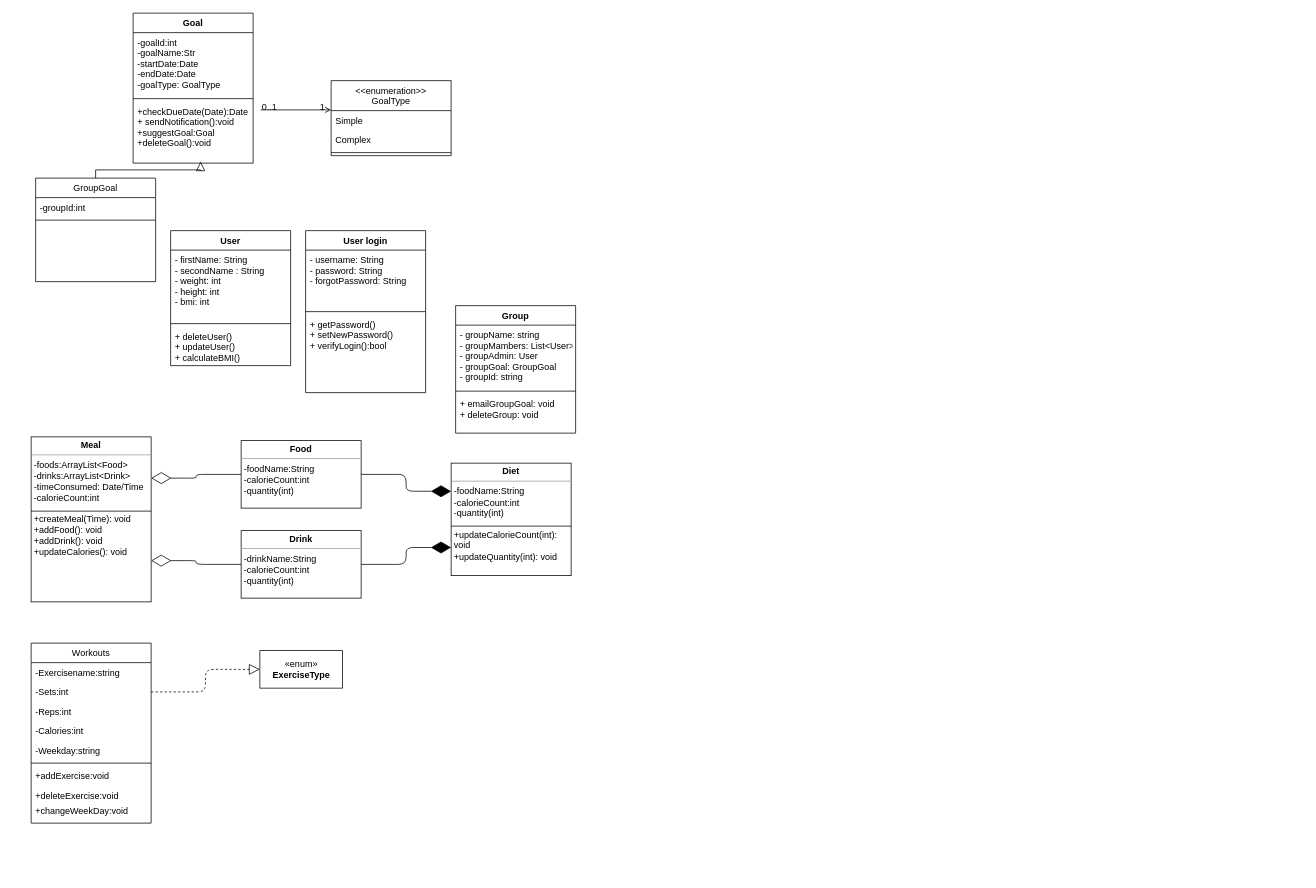
Earlier version of the draw.io diagram Untitled Diagram.drawio (UEAHealthTracker/HealthTracker). Source tidied: cells renumbered, new cells numbered last; positions are measured from the earlier drawing's top-left corner, leaving out a move shared by most shapes. Both pictures are drawn from the tidied source at 75%, with x=0, y=0 at pixel (31, 13).
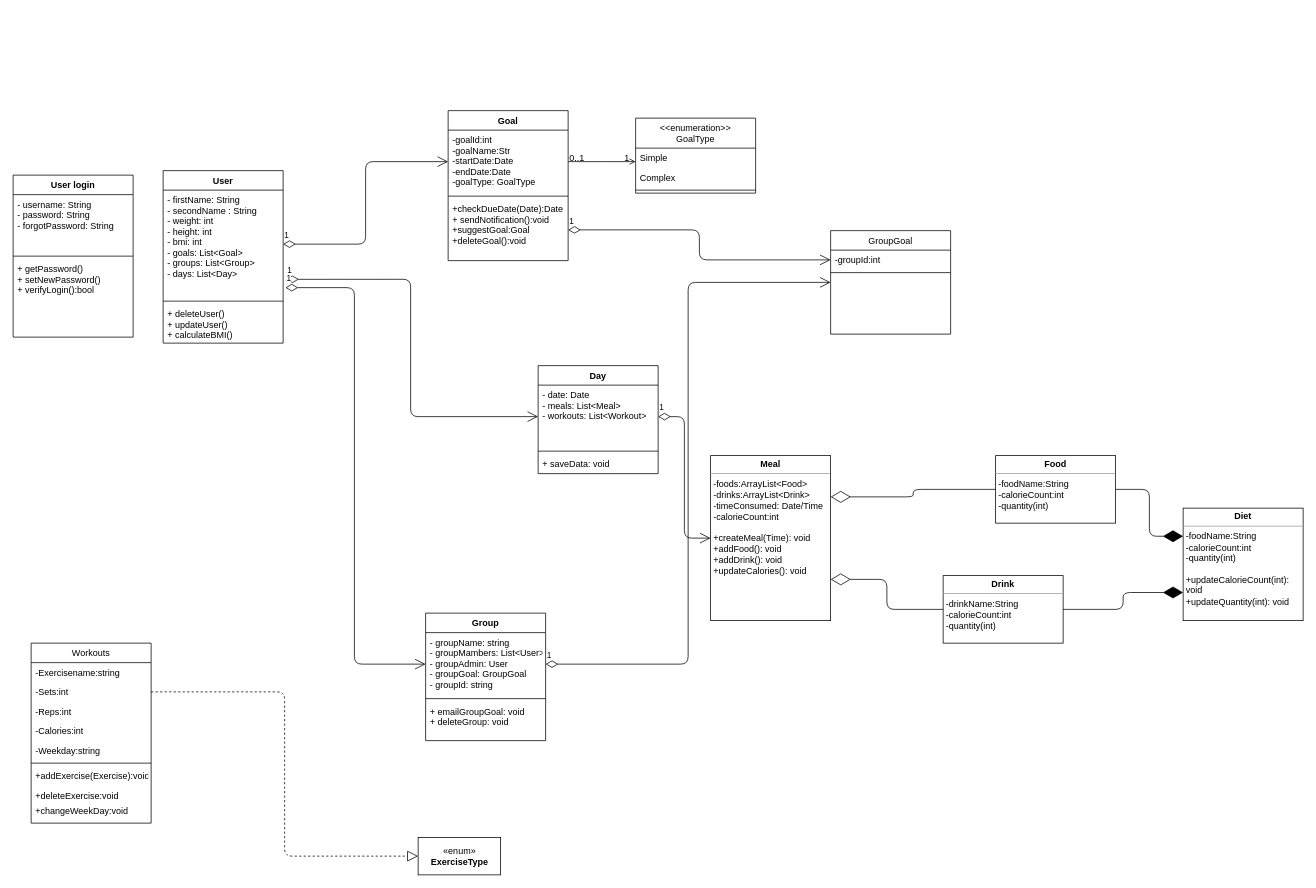
The same diagram, later.

Commit message:
Re-Arrange Diagram

The change refers to these unchanged cells:
```xml
<mxCell id="3" value="-groupId:int" style="text;align=left;verticalAlign=top;spacingLeft=4;spacingRight=4;overflow=hidden;points=[[0,0.5],[1,0.5]];portConstraint=eastwest;" parent="2" vertex="1">
  <mxGeometry y="26" width="160" height="26" as="geometry" />
</mxCell>
<mxCell id="19" value="- groupName: string&#10;- groupMambers: List&lt;User&gt;&#10;- groupAdmin: User&#10;- groupGoal: GroupGoal&#10;- groupId: string" style="text;strokeColor=none;fillColor=none;align=left;verticalAlign=top;spacingLeft=4;spacingRight=4;overflow=hidden;points=[[0,0.5],[1,0.5]];portConstraint=eastwest;" parent="18" vertex="1">
  <mxGeometry y="26" width="160" height="84" as="geometry" />
</mxCell>
<mxCell id="23" value="-goalId:int&#10;-goalName:Str&#10;-startDate:Date&#10;-endDate:Date&#10;-goalType: GoalType" style="text;strokeColor=none;fillColor=none;align=left;verticalAlign=top;spacingLeft=4;spacingRight=4;overflow=hidden;points=[[0,0.5],[1,0.5]];portConstraint=eastwest;" parent="22" vertex="1">
  <mxGeometry y="26" width="160" height="84" as="geometry" />
</mxCell>
<mxCell id="25" value="+checkDueDate(Date):Date&#10;+ sendNotification():void&#10;+suggestGoal:Goal&#10;+deleteGoal():void" style="text;strokeColor=none;fillColor=none;align=left;verticalAlign=top;spacingLeft=4;spacingRight=4;overflow=hidden;points=[[0,0.5],[1,0.5]];portConstraint=eastwest;" parent="22" vertex="1">
  <mxGeometry y="118" width="160" height="82" as="geometry" />
</mxCell>
<mxCell id="26" value="Workouts" style="swimlane;fontStyle=0;align=center;verticalAlign=top;horizontal=1;startSize=26;rounded=0;shadow=0;strokeWidth=1;" parent="1" vertex="1">
  <mxGeometry y="840" width="160" height="240" as="geometry" />
</mxCell>
```

The edit, as a diff of the source:
```diff
@@
     <mxCell id="2" value="GroupGoal" style="swimlane;fontStyle=0;align=center;verticalAlign=top;horizontal=1;startSize=26;rounded=0;shadow=0;strokeWidth=1;" parent="1" vertex="1">
-      <mxGeometry x="6" y="220" width="160" height="138" as="geometry" />
+      <mxGeometry x="1066" y="290" width="160" height="138" as="geometry" />
     </mxCell>
@@
-    <mxCell id="5" style="endArrow=block;endSize=10;endFill=0;shadow=0;strokeWidth=1;rounded=0;edgeStyle=elbowEdgeStyle;elbow=vertical;" parent="1" edge="1" source="2">
-      <mxGeometry relative="1" as="geometry">
-        <mxPoint x="226" y="198" as="targetPoint" />
-      </mxGeometry>
-    </mxCell>
     <mxCell id="6" value="&lt;&lt;enumeration&gt;&gt;&#10;GoalType" style="swimlane;fontStyle=0;align=center;verticalAlign=top;horizontal=1;startSize=40;rounded=0;shadow=0;strokeWidth=1;" parent="1" vertex="1">
-      <mxGeometry x="400" y="90" width="160" height="100" as="geometry" />
+      <mxGeometry x="806" y="140" width="160" height="100" as="geometry" />
     </mxCell>
@@
-    <mxCell id="10" style="endArrow=open;shadow=0;strokeWidth=1;rounded=0;endFill=1;edgeStyle=elbowEdgeStyle;elbow=vertical;" parent="1" edge="1" target="6">
+    <mxCell id="10" style="endArrow=open;shadow=0;strokeWidth=1;rounded=0;endFill=1;edgeStyle=elbowEdgeStyle;elbow=vertical;exitX=1;exitY=0.5;exitDx=0;exitDy=0;" parent="1" edge="1" source="23" target="6">
       <mxGeometry x="0.5" y="41" relative="1" as="geometry">
-        <mxPoint x="306" y="129" as="sourcePoint" />
         <mxPoint x="-40" y="32" as="offset" />
       </mxGeometry>
     </mxCell>
@@
     <mxCell id="13" value="&lt;p style=&quot;margin: 0px ; margin-top: 4px ; text-align: center&quot;&gt;&lt;b&gt;Meal&lt;/b&gt;&lt;/p&gt;&lt;hr size=&quot;1&quot;&gt;&lt;p style=&quot;margin: 0px ; margin-left: 4px&quot;&gt;&lt;/p&gt;&lt;p style=&quot;margin: 0px ; margin-left: 4px&quot;&gt;-foods:ArrayList&amp;lt;Food&amp;gt;&lt;br style=&quot;padding: 0px ; margin: 0px&quot;&gt;-drinks:ArrayList&amp;lt;Drink&amp;gt;&lt;br style=&quot;padding: 0px ; margin: 0px&quot;&gt;-timeConsumed: Date/Time&lt;br style=&quot;padding: 0px ; margin: 0px&quot;&gt;-calorieCount:int&lt;br style=&quot;padding: 0px ; margin: 0px&quot;&gt;&lt;br style=&quot;padding: 0px ; margin: 0px&quot;&gt;+createMeal(Time): void&lt;br style=&quot;padding: 0px ; margin: 0px&quot;&gt;+addFood(): void&lt;br style=&quot;padding: 0px ; margin: 0px&quot;&gt;+addDrink(): void&lt;br style=&quot;padding: 0px ; margin: 0px&quot;&gt;+updateCalories(): void&lt;/p&gt;&lt;div style=&quot;padding: 0px ; margin: 0px&quot;&gt;&lt;br style=&quot;padding: 0px ; margin: 0px&quot;&gt;&lt;/div&gt;" style="verticalAlign=top;align=left;overflow=fill;fontSize=12;fontFamily=Helvetica;html=1;" parent="1" vertex="1">
-      <mxGeometry y="565" width="160" height="220" as="geometry" />
+      <mxGeometry x="906" y="590" width="160" height="220" as="geometry" />
     </mxCell>
     <mxCell id="14" value="User login" style="swimlane;fontStyle=1;align=center;verticalAlign=top;horizontal=1;startSize=26;" parent="1" vertex="1">
-      <mxGeometry x="366" y="290" width="160" height="216" as="geometry" />
+      <mxGeometry x="-24" y="216" width="160" height="216" as="geometry" />
     </mxCell>
@@
     <mxCell id="18" value="Group" style="swimlane;fontStyle=1;align=center;verticalAlign=top;horizontal=1;startSize=26;" parent="1" vertex="1">
-      <mxGeometry x="566" y="390" width="160" height="170" as="geometry" />
+      <mxGeometry x="526" y="800" width="160" height="170" as="geometry" />
     </mxCell>
@@
     <mxCell id="22" value="Goal" style="swimlane;fontStyle=1;align=center;verticalAlign=top;horizontal=1;startSize=26;" parent="1" vertex="1">
-      <mxGeometry x="136" width="160" height="200" as="geometry" />
+      <mxGeometry x="556" y="130" width="160" height="200" as="geometry" />
     </mxCell>
@@
-    <mxCell id="33" value="+addExercise:void" style="text;align=left;verticalAlign=top;spacingLeft=4;spacingRight=4;overflow=hidden;" parent="26" vertex="1">
+    <mxCell id="33" value="+addExercise(Exercise):void" style="text;align=left;verticalAlign=top;spacingLeft=4;spacingRight=4;overflow=hidden;" parent="26" vertex="1">
       <mxGeometry y="164" width="160" height="26" as="geometry" />
     </mxCell>
@@
-    <mxCell id="36" style="line;strokeWidth=1;fillColor=none;align=left;verticalAlign=middle;spacingTop=-1;spacingLeft=3;spacingRight=3;labelPosition=right;" parent="1" vertex="1">
-      <mxGeometry y="660" width="160" height="8" as="geometry" />
-    </mxCell>
     <mxCell id="37" value="&lt;p style=&quot;margin: 0px ; margin-top: 4px ; text-align: center&quot;&gt;&lt;b&gt;Food&lt;/b&gt;&lt;/p&gt;&lt;hr size=&quot;1&quot;&gt;&lt;p style=&quot;margin: 0px ; margin-left: 4px&quot;&gt;-foodName:String&lt;br style=&quot;padding: 0px ; margin: 0px&quot;&gt;-calorieCount:int&lt;br style=&quot;padding: 0px ; margin: 0px&quot;&gt;-quantity(int)&lt;br&gt;&lt;/p&gt;" style="verticalAlign=top;align=left;overflow=fill;fontSize=12;fontFamily=Helvetica;html=1;" parent="1" vertex="1">
-      <mxGeometry x="280" y="570" width="160" height="90" as="geometry" />
+      <mxGeometry x="1286" y="590" width="160" height="90" as="geometry" />
     </mxCell>
     <mxCell id="38" value="&lt;p style=&quot;margin: 0px ; margin-top: 4px ; text-align: center&quot;&gt;&lt;b&gt;Drink&lt;/b&gt;&lt;/p&gt;&lt;hr size=&quot;1&quot;&gt;&lt;p style=&quot;margin: 0px ; margin-left: 4px&quot;&gt;-drinkName:String&lt;br style=&quot;padding: 0px ; margin: 0px&quot;&gt;-calorieCount:int&lt;br style=&quot;padding: 0px ; margin: 0px&quot;&gt;-quantity(int)&lt;br&gt;&lt;/p&gt;" style="verticalAlign=top;align=left;overflow=fill;fontSize=12;fontFamily=Helvetica;html=1;" parent="1" vertex="1">
-      <mxGeometry x="280" y="690" width="160" height="90" as="geometry" />
+      <mxGeometry x="1216" y="750" width="160" height="90" as="geometry" />
     </mxCell>
     <mxCell id="39" value="&lt;p style=&quot;margin: 0px ; margin-top: 4px ; text-align: center&quot;&gt;&lt;b&gt;Diet&lt;/b&gt;&lt;/p&gt;&lt;hr size=&quot;1&quot;&gt;&lt;p style=&quot;margin: 0px ; margin-left: 4px&quot;&gt;-foodName:String&lt;br style=&quot;padding: 0px ; margin: 0px&quot;&gt;-calorieCount:int&lt;br style=&quot;padding: 0px ; margin: 0px&quot;&gt;-quantity(int)&lt;br&gt;&lt;/p&gt;&lt;p style=&quot;margin: 0px ; margin-left: 4px&quot;&gt;&lt;br&gt;&lt;/p&gt;&lt;p style=&quot;margin: 0px ; margin-left: 4px&quot;&gt;+updateCalorieCount(int):&lt;br style=&quot;padding: 0px ; margin: 0px&quot;&gt;void&lt;br style=&quot;padding: 0px ; margin: 0px&quot;&gt;+updateQuantity(int): void&lt;br&gt;&lt;/p&gt;&lt;p style=&quot;margin: 0px ; margin-left: 4px&quot;&gt;&lt;br&gt;&lt;/p&gt;" style="verticalAlign=top;align=left;overflow=fill;fontSize=12;fontFamily=Helvetica;html=1;" parent="1" vertex="1">
-      <mxGeometry x="560" y="600" width="160" height="150" as="geometry" />
+      <mxGeometry x="1536" y="660" width="160" height="150" as="geometry" />
     </mxCell>
-    <mxCell id="40" style="line;strokeWidth=1;fillColor=none;align=left;verticalAlign=middle;spacingTop=-1;spacingLeft=3;spacingRight=3;labelPosition=right;" parent="1" vertex="1">
-      <mxGeometry x="560" y="680" width="160" height="8" as="geometry" />
-    </mxCell>
     <mxCell id="41" value="«enum»&lt;br&gt;&lt;b&gt;ExerciseType&lt;/b&gt;" style="html=1;" parent="1" vertex="1">
-      <mxGeometry x="305" y="850" width="110" height="50" as="geometry" />
+      <mxGeometry x="516" y="1099" width="110" height="50" as="geometry" />
     </mxCell>
@@
     <mxCell id="47" value="User" style="swimlane;fontStyle=1;align=center;verticalAlign=top;horizontal=1;startSize=26;" parent="1" vertex="1">
-      <mxGeometry x="186" y="290" width="160" height="180" as="geometry" />
+      <mxGeometry x="176" y="210" width="160" height="230" as="geometry" />
     </mxCell>
-    <mxCell id="48" value="- firstName: String&#10;- secondName : String&#10;- weight: int&#10;- height: int&#10;- bmi: int" style="text;strokeColor=none;fillColor=none;align=left;verticalAlign=top;spacingLeft=4;spacingRight=4;overflow=hidden;points=[[0,0.5],[1,0.5]];portConstraint=eastwest;" parent="47" vertex="1">
-      <mxGeometry y="26" width="160" height="94" as="geometry" />
+    <mxCell id="48" value="- firstName: String&#10;- secondName : String&#10;- weight: int&#10;- height: int&#10;- bmi: int&#10;- goals: List&lt;Goal&gt;&#10;- groups: List&lt;Group&gt;&#10;- days: List&lt;Day&gt;" style="text;strokeColor=none;fillColor=none;align=left;verticalAlign=top;spacingLeft=4;spacingRight=4;overflow=hidden;points=[[0,0.5],[1,0.5]];portConstraint=eastwest;" parent="47" vertex="1">
+      <mxGeometry y="26" width="160" height="144" as="geometry" />
     </mxCell>
     <mxCell id="49" style="line;strokeWidth=1;fillColor=none;align=left;verticalAlign=middle;spacingTop=-1;spacingLeft=3;spacingRight=3;labelPosition=right;" parent="47" vertex="1">
-      <mxGeometry y="120" width="160" height="8" as="geometry" />
+      <mxGeometry y="170" width="160" height="8" as="geometry" />
     </mxCell>
     <mxCell id="50" value="+ deleteUser()&#10;+ updateUser()&#10;+ calculateBMI()" style="text;strokeColor=none;fillColor=none;align=left;verticalAlign=top;spacingLeft=4;spacingRight=4;overflow=hidden;" parent="47" vertex="1">
-      <mxGeometry y="128" width="160" height="52" as="geometry" />
+      <mxGeometry y="178" width="160" height="52" as="geometry" />
     </mxCell>
+    <mxCell id="51" value="1" style="endArrow=open;html=1;endSize=12;startArrow=diamondThin;startSize=14;startFill=0;edgeStyle=orthogonalEdgeStyle;align=left;verticalAlign=bottom;exitX=1;exitY=0.5;exitDx=0;exitDy=0;entryX=0;entryY=0.5;entryDx=0;entryDy=0;" parent="1" edge="1" source="48" target="23">
+      <mxGeometry x="-1" y="3" relative="1" as="geometry" />
+    </mxCell>
+    <mxCell id="52" value="Day" style="swimlane;fontStyle=1;align=center;verticalAlign=top;horizontal=1;startSize=26;" parent="1" vertex="1">
+      <mxGeometry x="676" y="470" width="160" height="144" as="geometry" />
+    </mxCell>
+    <mxCell id="53" value="- date: Date&#10;- meals: List&lt;Meal&gt;&#10;- workouts: List&lt;Workout&gt;&#10;" style="text;strokeColor=none;fillColor=none;align=left;verticalAlign=top;spacingLeft=4;spacingRight=4;overflow=hidden;points=[[0,0.5],[1,0.5]];portConstraint=eastwest;" parent="52" vertex="1">
+      <mxGeometry y="26" width="160" height="84" as="geometry" />
+    </mxCell>
+    <mxCell id="54" style="line;strokeWidth=1;fillColor=none;align=left;verticalAlign=middle;spacingTop=-1;spacingLeft=3;spacingRight=3;labelPosition=right;" parent="52" vertex="1">
+      <mxGeometry y="110" width="160" height="8" as="geometry" />
+    </mxCell>
+    <mxCell id="55" value="+ saveData: void" style="text;strokeColor=none;fillColor=none;align=left;verticalAlign=top;spacingLeft=4;spacingRight=4;overflow=hidden;" parent="52" vertex="1">
+      <mxGeometry y="118" width="160" height="26" as="geometry" />
+    </mxCell>
+    <mxCell id="56" value="1" style="endArrow=open;html=1;endSize=12;startArrow=diamondThin;startSize=14;startFill=0;edgeStyle=orthogonalEdgeStyle;align=left;verticalAlign=bottom;exitX=1.025;exitY=0.826;exitDx=0;exitDy=0;exitPerimeter=0;entryX=0;entryY=0.5;entryDx=0;entryDy=0;" parent="1" edge="1" source="48" target="53">
+      <mxGeometry x="-1" y="3" relative="1" as="geometry" />
+    </mxCell>
+    <mxCell id="57" value="1" style="endArrow=open;html=1;endSize=12;startArrow=diamondThin;startSize=14;startFill=0;edgeStyle=orthogonalEdgeStyle;align=left;verticalAlign=bottom;exitX=1.019;exitY=0.903;exitDx=0;exitDy=0;exitPerimeter=0;entryX=0;entryY=0.5;entryDx=0;entryDy=0;" parent="1" edge="1" source="48" target="19">
+      <mxGeometry x="-1" y="3" relative="1" as="geometry" />
+    </mxCell>
+    <mxCell id="58" value="1" style="endArrow=open;html=1;endSize=12;startArrow=diamondThin;startSize=14;startFill=0;edgeStyle=orthogonalEdgeStyle;align=left;verticalAlign=bottom;exitX=1;exitY=0.5;exitDx=0;exitDy=0;entryX=0;entryY=0.5;entryDx=0;entryDy=0;" parent="1" edge="1" source="19" target="2">
+      <mxGeometry x="-1" y="3" relative="1" as="geometry" />
+    </mxCell>
+    <mxCell id="59" value="1" style="endArrow=open;html=1;endSize=12;startArrow=diamondThin;startSize=14;startFill=0;edgeStyle=orthogonalEdgeStyle;align=left;verticalAlign=bottom;exitX=1;exitY=0.5;exitDx=0;exitDy=0;entryX=0;entryY=0.5;entryDx=0;entryDy=0;" parent="1" edge="1" source="53" target="13">
+      <mxGeometry x="-1" y="3" relative="1" as="geometry" />
+    </mxCell>
+    <mxCell id="60" value="1" style="endArrow=open;html=1;endSize=12;startArrow=diamondThin;startSize=14;startFill=0;edgeStyle=orthogonalEdgeStyle;align=left;verticalAlign=bottom;exitX=1;exitY=0.5;exitDx=0;exitDy=0;entryX=0;entryY=0.5;entryDx=0;entryDy=0;" parent="1" edge="1" source="25" target="3">
+      <mxGeometry x="-1" y="3" relative="1" as="geometry" />
+    </mxCell>
```
